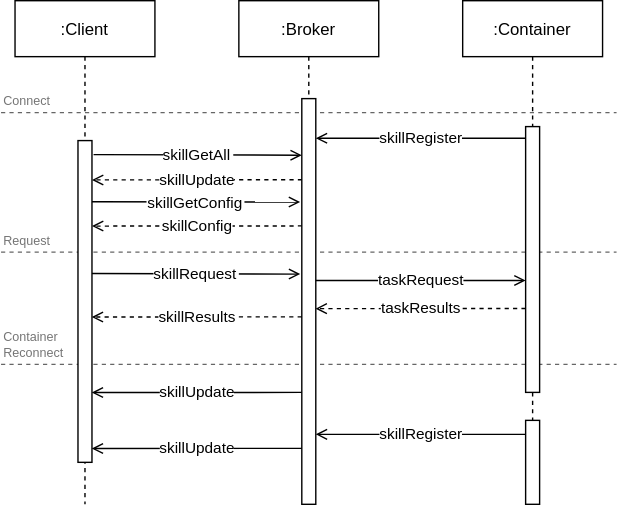
Above: docs/source/getting_started/sequence.drawio.svg in UKPLab/CARE_broker (draw.io), before the change. Source tidied: cells renumbered, new cells last; positions are measured from the earlier drawing's top-left corner, leaving out a move shared by most shapes.
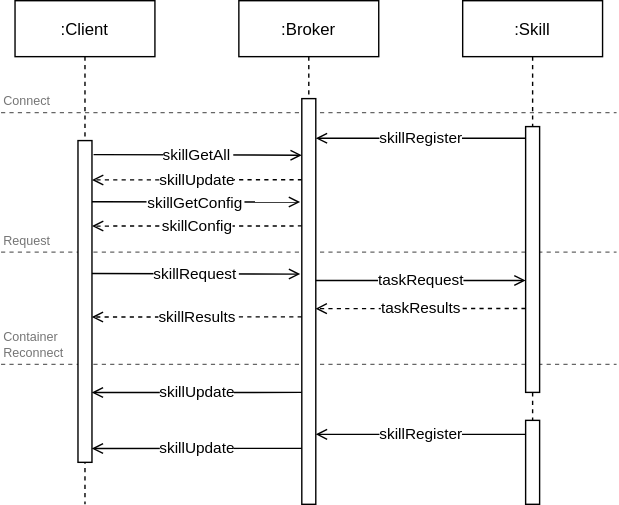
Later version of the same file.

Diff of the diagram source:
```diff
@@ -43,7 +43,7 @@
         <mxPoint x="430" y="80" as="targetPoint" />
       </mxGeometry>
     </mxCell>
-    <mxCell id="10" value=":Container" style="shape=umlLifeline;perimeter=lifelinePerimeter;rounded=0;shadow=0;strokeWidth=1;" parent="1" vertex="1">
+    <mxCell id="10" value=":Skill" style="shape=umlLifeline;perimeter=lifelinePerimeter;rounded=0;shadow=0;strokeWidth=1;" parent="1" vertex="1">
       <mxGeometry x="330" width="100" height="300" as="geometry" />
     </mxCell>
     <mxCell id="11" style="points=[];perimeter=orthogonalPerimeter;rounded=0;shadow=0;strokeWidth=1;" parent="10" vertex="1">
```
